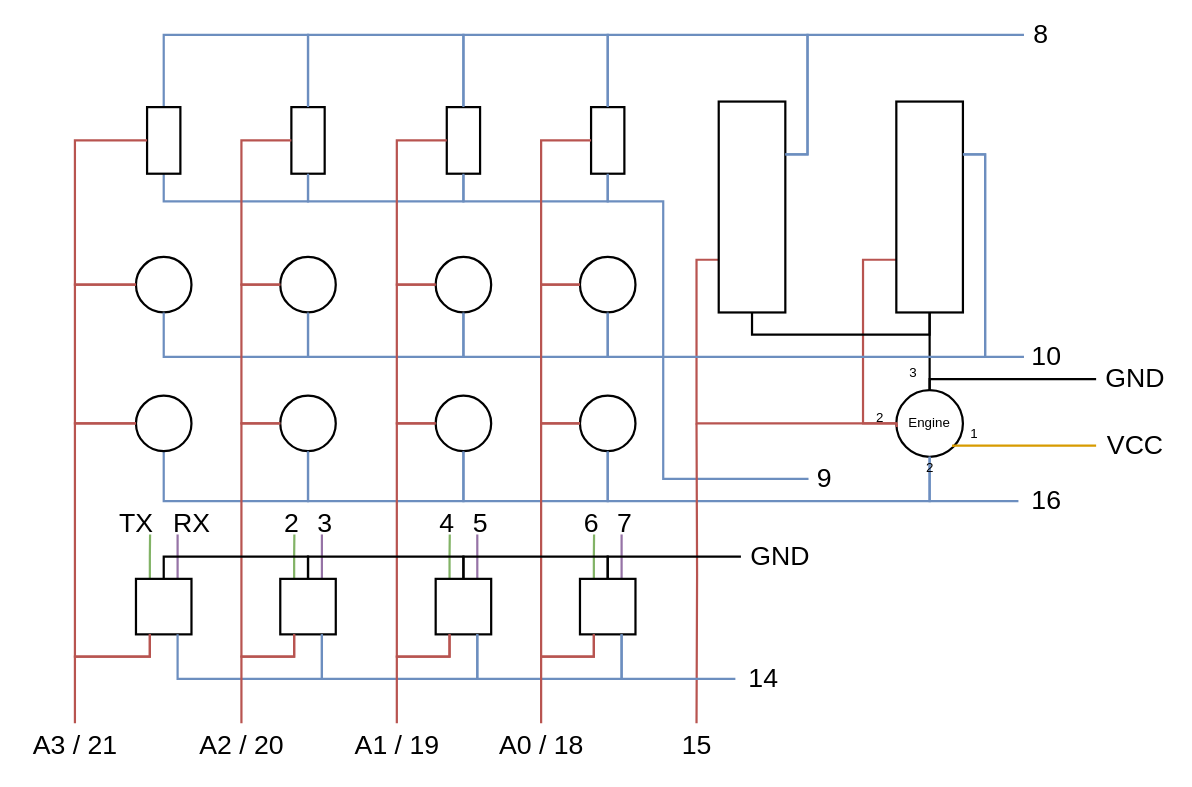
Earlier version of the draw.io diagram buttonbox_wiring.drawio (TomazFilgueira/Button-Box). Source tidied: cells renumbered, new cells numbered last; positions are measured from the earlier drawing's top-left corner, leaving out a move shared by most shapes. Both pictures are drawn from the tidied source at 111%, with x=0, y=0 at pixel (19, 23).
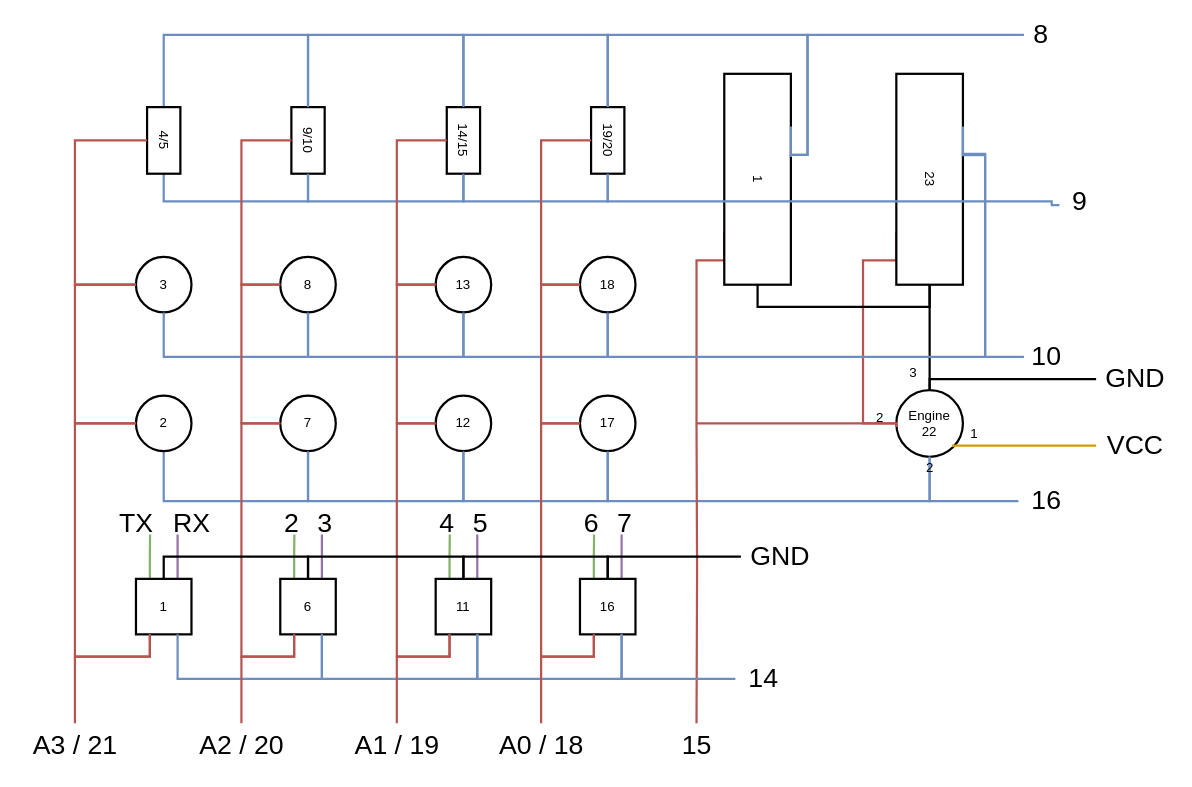
The same page after the edit.

Commit message (it also covers changes not shown here):
update arduino 31 buttons code

The change refers to these unchanged cells:
```xml
<mxCell id="2" style="group;" parent="1" vertex="1">
  <mxGeometry x="30" width="1010" height="670" as="geometry" />
</mxCell>
<mxCell id="68" value="&lt;font style=&quot;font-size: 24px&quot;&gt;8&lt;/font&gt;" style="text;html=1;align=center;verticalAlign=middle;points=[];" parent="2" vertex="1">
  <mxGeometry x="875" width="30" height="20" as="geometry" />
</mxCell>
<mxCell id="81" value="&lt;font style=&quot;font-size: 24px&quot;&gt;10&lt;/font&gt;" style="text;html=1;align=center;verticalAlign=middle;points=[];" parent="2" vertex="1">
  <mxGeometry x="875" y="290" width="40" height="20" as="geometry" />
</mxCell>
```

Change to the diagram source:
```diff
@@
-    <mxCell id="3" value="Engine" style="ellipse;whiteSpace=wrap;html=1;strokeWidth=2;" parent="2" vertex="1">
+    <mxCell id="3" value="Engine&lt;div&gt;22&lt;/div&gt;" style="ellipse;whiteSpace=wrap;html=1;strokeWidth=2;" parent="2" vertex="1">
       <mxGeometry x="760" y="330" width="60" height="60" as="geometry" />
     </mxCell>
@@
-    <mxCell id="5" style="rounded=0;whiteSpace=wrap;html=1;rotation=90;strokeWidth=2;" parent="2" vertex="1">
-      <mxGeometry x="535" y="135" width="190" height="60" as="geometry" />
+    <mxCell id="5" value="1" style="rounded=0;whiteSpace=wrap;html=1;rotation=90;strokeWidth=2;" parent="2" vertex="1">
+      <mxGeometry x="540" y="110" width="190" height="60" as="geometry" />
     </mxCell>
@@
-    <mxCell id="8" style="rounded=0;whiteSpace=wrap;html=1;rotation=90;strokeWidth=2;" parent="2" vertex="1">
-      <mxGeometry x="695" y="135" width="190" height="60" as="geometry" />
+    <mxCell id="8" value="23" style="rounded=0;whiteSpace=wrap;html=1;rotation=90;strokeWidth=2;" parent="2" vertex="1">
+      <mxGeometry x="695" y="110" width="190" height="60" as="geometry" />
     </mxCell>
@@
-    <mxCell id="11" style="edgeStyle=orthogonalEdgeStyle;rounded=0;jettySize=auto;html=1;exitX=1;exitY=0.5;exitDx=0;exitDy=0;entryX=-0.004;entryY=0.443;entryDx=0;entryDy=0;endArrow=none;endFill=0;strokeWidth=2;fillColor=#dae8fc;strokeColor=#6c8ebf;entryPerimeter=0;" parent="2" edge="1" source="12" target="80">
+    <mxCell id="11" style="edgeStyle=orthogonalEdgeStyle;rounded=0;jettySize=auto;html=1;exitX=1;exitY=0.5;exitDx=0;exitDy=0;endArrow=none;endFill=0;strokeWidth=2;fillColor=#dae8fc;strokeColor=#6c8ebf;entryX=-0.1;entryY=0.66;entryDx=0;entryDy=0;entryPerimeter=0;" parent="2" edge="1" source="12" target="80">
       <mxGeometry as="geometry">
         <Array as="points">
           <mxPoint x="500" y="160" />
-          <mxPoint x="550" y="160" />
-          <mxPoint x="550" y="410" />
-          <mxPoint x="680" y="410" />
+          <mxPoint x="900" y="160" />
+          <mxPoint x="900" y="163" />
         </Array>
       </mxGeometry>
     </mxCell>
-    <mxCell id="12" style="rounded=0;whiteSpace=wrap;html=1;rotation=90;strokeWidth=2;" parent="2" vertex="1">
+    <mxCell id="12" value="19/20" style="rounded=0;whiteSpace=wrap;html=1;rotation=90;strokeWidth=2;" parent="2" vertex="1">
       <mxGeometry x="470" y="90" width="60" height="30" as="geometry" />
     </mxCell>
@@
-    <mxCell id="15" style="rounded=0;whiteSpace=wrap;html=1;rotation=90;strokeWidth=2;" parent="2" vertex="1">
+    <mxCell id="15" value="14/15" style="rounded=0;whiteSpace=wrap;html=1;rotation=90;strokeWidth=2;" parent="2" vertex="1">
       <mxGeometry x="340" y="90" width="60" height="30" as="geometry" />
     </mxCell>
@@
-    <mxCell id="18" style="rounded=0;whiteSpace=wrap;html=1;rotation=90;strokeWidth=2;" parent="2" vertex="1">
+    <mxCell id="18" value="9/10" style="rounded=0;whiteSpace=wrap;html=1;rotation=90;strokeWidth=2;" parent="2" vertex="1">
       <mxGeometry x="200" y="90" width="60" height="30" as="geometry" />
     </mxCell>
@@
-    <mxCell id="21" style="rounded=0;whiteSpace=wrap;html=1;rotation=90;strokeWidth=2;" parent="2" vertex="1">
+    <mxCell id="21" value="4/5" style="rounded=0;whiteSpace=wrap;html=1;rotation=90;strokeWidth=2;" parent="2" vertex="1">
       <mxGeometry x="70" y="90" width="60" height="30" as="geometry" />
     </mxCell>
@@
-    <mxCell id="23" style="ellipse;whiteSpace=wrap;html=1;strokeWidth=2;" parent="2" vertex="1">
+    <mxCell id="23" value="18" style="ellipse;whiteSpace=wrap;html=1;strokeWidth=2;" parent="2" vertex="1">
       <mxGeometry x="475" y="210" width="50" height="50" as="geometry" />
     </mxCell>
@@
-    <mxCell id="26" style="ellipse;whiteSpace=wrap;html=1;strokeWidth=2;" parent="2" vertex="1">
+    <mxCell id="26" value="13" style="ellipse;whiteSpace=wrap;html=1;strokeWidth=2;" parent="2" vertex="1">
       <mxGeometry x="345" y="210" width="50" height="50" as="geometry" />
     </mxCell>
@@
-    <mxCell id="28" style="ellipse;whiteSpace=wrap;html=1;strokeWidth=2;" parent="2" vertex="1">
+    <mxCell id="28" value="3" style="ellipse;whiteSpace=wrap;html=1;strokeWidth=2;" parent="2" vertex="1">
       <mxGeometry x="75" y="210" width="50" height="50" as="geometry" />
     </mxCell>
@@
-    <mxCell id="31" style="ellipse;whiteSpace=wrap;html=1;strokeWidth=2;" parent="2" vertex="1">
+    <mxCell id="31" value="8" style="ellipse;whiteSpace=wrap;html=1;strokeWidth=2;" parent="2" vertex="1">
       <mxGeometry x="205" y="210" width="50" height="50" as="geometry" />
     </mxCell>
@@
-    <mxCell id="35" style="ellipse;whiteSpace=wrap;html=1;strokeWidth=2;" parent="2" vertex="1">
+    <mxCell id="35" value="17" style="ellipse;whiteSpace=wrap;html=1;strokeWidth=2;" parent="2" vertex="1">
       <mxGeometry x="475" y="335" width="50" height="50" as="geometry" />
     </mxCell>
@@
-    <mxCell id="38" style="ellipse;whiteSpace=wrap;html=1;strokeWidth=2;" parent="2" vertex="1">
+    <mxCell id="38" value="12" style="ellipse;whiteSpace=wrap;html=1;strokeWidth=2;" parent="2" vertex="1">
       <mxGeometry x="345" y="335" width="50" height="50" as="geometry" />
     </mxCell>
@@
-    <mxCell id="41" style="ellipse;whiteSpace=wrap;html=1;strokeWidth=2;" parent="2" vertex="1">
+    <mxCell id="41" value="7" style="ellipse;whiteSpace=wrap;html=1;strokeWidth=2;" parent="2" vertex="1">
       <mxGeometry x="205" y="335" width="50" height="50" as="geometry" />
     </mxCell>
@@
-    <mxCell id="44" style="ellipse;whiteSpace=wrap;html=1;strokeWidth=2;" parent="2" vertex="1">
+    <mxCell id="44" value="2" style="ellipse;whiteSpace=wrap;html=1;strokeWidth=2;" parent="2" vertex="1">
       <mxGeometry x="75" y="335" width="50" height="50" as="geometry" />
     </mxCell>
@@
-    <mxCell id="48" style="whiteSpace=wrap;html=1;strokeWidth=2;" parent="2" vertex="1">
+    <mxCell id="48" value="1" style="whiteSpace=wrap;html=1;strokeWidth=2;" parent="2" vertex="1">
       <mxGeometry x="75" y="500" width="50" height="50" as="geometry" />
     </mxCell>
@@
-    <mxCell id="52" style="whiteSpace=wrap;html=1;strokeWidth=2;" parent="2" vertex="1">
+    <mxCell id="52" value="6" style="whiteSpace=wrap;html=1;strokeWidth=2;" parent="2" vertex="1">
       <mxGeometry x="205" y="500" width="50" height="50" as="geometry" />
     </mxCell>
@@
-    <mxCell id="58" style="whiteSpace=wrap;html=1;strokeWidth=2;" parent="2" vertex="1">
+    <mxCell id="58" value="11" style="whiteSpace=wrap;html=1;strokeWidth=2;" parent="2" vertex="1">
       <mxGeometry x="345" y="500" width="50" height="50" as="geometry" />
     </mxCell>
@@
-    <mxCell id="64" style="whiteSpace=wrap;html=1;strokeWidth=2;" parent="2" vertex="1">
+    <mxCell id="64" value="16" style="whiteSpace=wrap;html=1;strokeWidth=2;" parent="2" vertex="1">
       <mxGeometry x="475" y="500" width="50" height="50" as="geometry" />
     </mxCell>
@@
-    <mxCell id="69" style="edgeStyle=orthogonalEdgeStyle;rounded=0;jettySize=auto;html=1;exitX=0.25;exitY=0;exitDx=0;exitDy=0;endArrow=none;endFill=0;strokeWidth=2;fillColor=#dae8fc;strokeColor=#6c8ebf;" parent="2" edge="1" source="5" target="68">
+    <mxCell id="69" style="edgeStyle=orthogonalEdgeStyle;rounded=0;jettySize=auto;html=1;endArrow=none;endFill=0;strokeWidth=2;fillColor=#dae8fc;strokeColor=#6c8ebf;" parent="2" edge="1" target="68">
       <mxGeometry as="geometry">
+        <mxPoint x="665" y="120" as="sourcePoint" />
         <Array as="points">
           <mxPoint x="680" y="118" />
           <mxPoint x="680" y="10" />
         </Array>
       </mxGeometry>
     </mxCell>
@@
     <mxCell id="80" value="&lt;font style=&quot;font-size: 24px&quot;&gt;9&lt;/font&gt;" style="text;html=1;align=center;verticalAlign=middle;points=[];" parent="2" vertex="1">
-      <mxGeometry x="680" y="400" width="30" height="20" as="geometry" />
+      <mxGeometry x="910" y="150" width="30" height="20" as="geometry" />
     </mxCell>
@@
-    <mxCell id="82" style="edgeStyle=orthogonalEdgeStyle;rounded=0;jettySize=auto;html=1;exitX=0.25;exitY=0;exitDx=0;exitDy=0;endArrow=none;endFill=0;strokeWidth=2;fillColor=#dae8fc;strokeColor=#6c8ebf;" parent="2" edge="1" source="8" target="81">
+    <mxCell id="82" style="edgeStyle=orthogonalEdgeStyle;rounded=0;jettySize=auto;html=1;exitX=0.386;exitY=0.017;exitDx=0;exitDy=0;endArrow=none;endFill=0;strokeWidth=2;fillColor=#dae8fc;strokeColor=#6c8ebf;exitPerimeter=0;" parent="2" edge="1" source="8" target="81">
       <mxGeometry as="geometry">
         <Array as="points">
           <mxPoint x="840" y="118" />
           <mxPoint x="840" y="300" />
         </Array>
       </mxGeometry>
     </mxCell>
```
